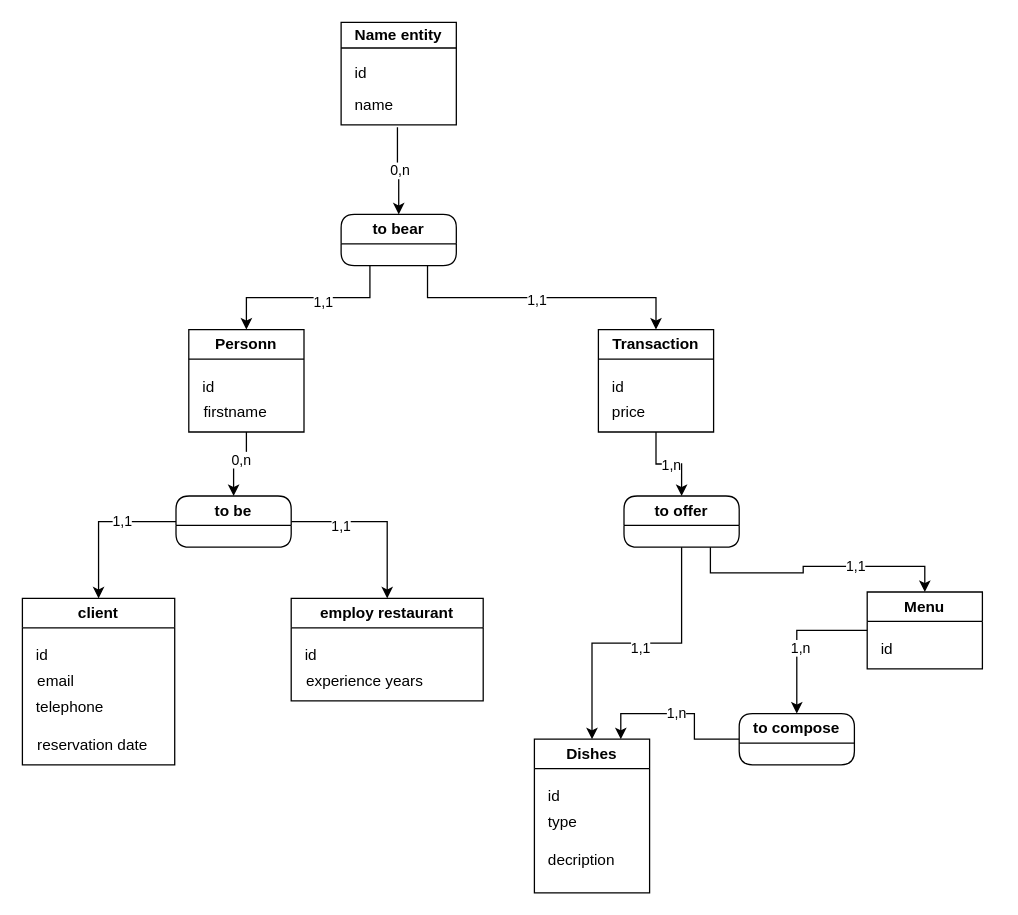
Above: test.drawio in Aloeverras/mcd_destock (draw.io), before the change. Source tidied: cells renumbered, new cells numbered last; positions are measured from the earlier drawing's top-left corner, leaving out a move shared by most shapes. Both pictures are drawn from the tidied source at 128%, with x=0, y=0 at pixel (22, 22).
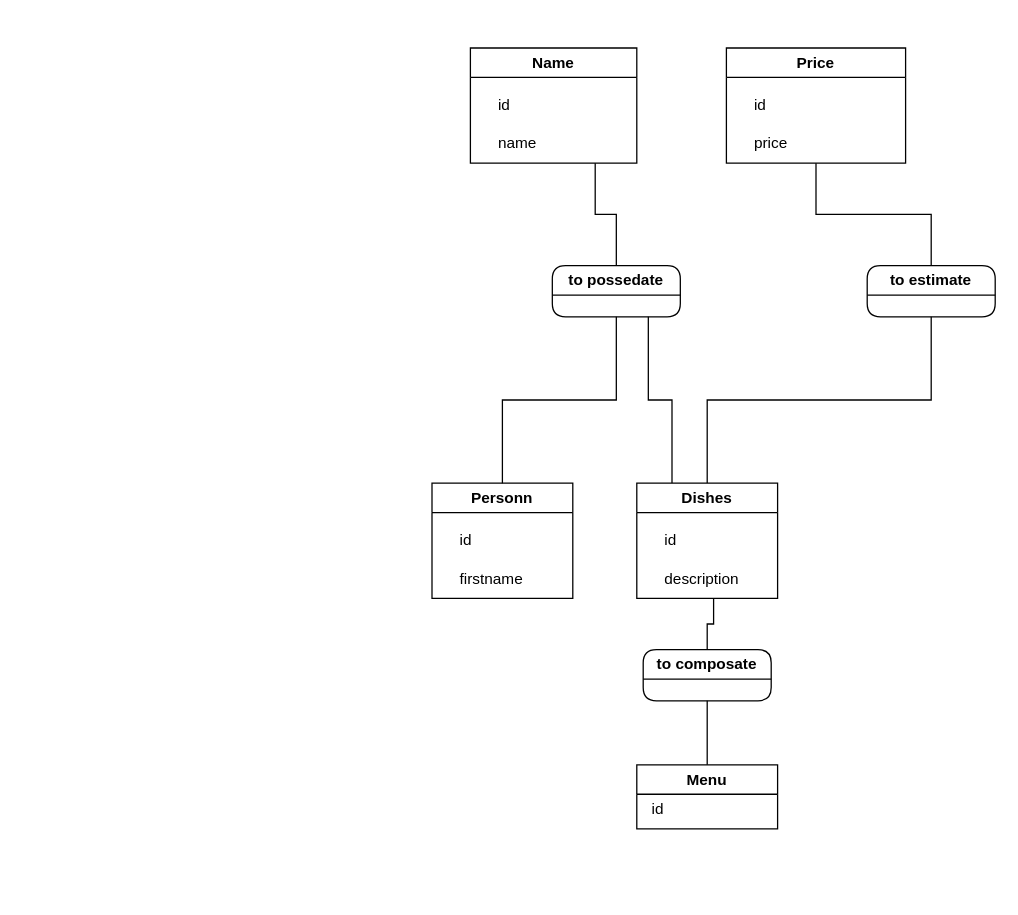
The same page after the edit.

Commit message (it also covers changes not shown here):
Mettre à jour test.drawio

What changed in the source:
```diff
@@
-    <mxCell id="2" value="Name entity" style="swimlane;whiteSpace=wrap;html=1;startSize=20;" parent="1" vertex="1">
-      <mxGeometry x="249" width="90" height="80" as="geometry" />
-    </mxCell>
-    <mxCell id="3" value="id" style="text;html=1;align=left;verticalAlign=middle;strokeColor=none;fillColor=none;" parent="2" vertex="1">
-      <mxGeometry x="9" y="25" width="30" height="30" as="geometry" />
-    </mxCell>
+    <mxCell id="51" style="edgeStyle=orthogonalEdgeStyle;rounded=0;jettySize=auto;html=1;exitX=0.75;exitY=1;exitDx=0;exitDy=0;endArrow=none;startFill=0;" parent="1" edge="1" source="52" target="57">
+      <mxGeometry relative="1" as="geometry" />
+    </mxCell>
+    <mxCell id="52" value="Name" style="swimlane;whiteSpace=wrap;html=1;" parent="1" vertex="1">
+      <mxGeometry x="350" y="20" width="130" height="90" as="geometry" />
+    </mxCell>
+    <mxCell id="53" value="id" style="text;html=1;align=left;verticalAlign=middle;strokeColor=none;fillColor=none;" parent="52" vertex="1">
+      <mxGeometry x="20" y="30" width="30" height="30" as="geometry" />
+    </mxCell>
-    <mxCell id="4" value="name" style="text;html=1;align=left;verticalAlign=middle;points=[];strokeColor=none;fillColor=none;" parent="2" vertex="1">
-      <mxGeometry x="9" y="50" width="50" height="30" as="geometry" />
+    <mxCell id="4" value="name" style="text;html=1;align=left;verticalAlign=middle;points=[];strokeColor=none;fillColor=none;" parent="52" vertex="1">
+      <mxGeometry x="20" y="60" width="50" height="30" as="geometry" />
     </mxCell>
-    <mxCell id="5" style="edgeStyle=orthogonalEdgeStyle;rounded=0;jettySize=auto;html=1;entryX=0.5;entryY=0;entryDx=0;entryDy=0;exitX=0.25;exitY=1;exitDx=0;exitDy=0;" parent="1" edge="1" source="9" target="10">
-      <mxGeometry relative="1" as="geometry" />
-    </mxCell>
-    <mxCell id="6" value="1,1" style="edgeLabel;html=1;align=center;verticalAlign=middle;" parent="5" vertex="1">
-      <mxGeometry x="-0.15" y="3" relative="1" as="geometry" />
-    </mxCell>
-    <mxCell id="7" style="edgeStyle=orthogonalEdgeStyle;rounded=0;jettySize=auto;html=1;entryX=0.5;entryY=0;entryDx=0;entryDy=0;exitX=0.75;exitY=1;exitDx=0;exitDy=0;" parent="1" edge="1" source="9" target="15">
-      <mxGeometry relative="1" as="geometry" />
-    </mxCell>
-    <mxCell id="8" value="1,1" style="edgeLabel;html=1;align=center;verticalAlign=middle;" parent="7" vertex="1">
-      <mxGeometry x="-0.05" y="-1" relative="1" as="geometry">
-        <mxPoint x="1" as="offset" />
-      </mxGeometry>
-    </mxCell>
-    <mxCell id="9" value="to bear" style="swimlane;whiteSpace=wrap;html=1;rounded=1;" parent="1" vertex="1">
-      <mxGeometry x="249" y="150" width="90" height="40" as="geometry" />
-    </mxCell>
     <mxCell id="10" value="Personn" style="swimlane;whiteSpace=wrap;html=1;" parent="1" vertex="1">
-      <mxGeometry x="130" y="240" width="90" height="80" as="geometry" />
+      <mxGeometry x="320" y="360" width="110" height="90" as="geometry" />
     </mxCell>
-    <mxCell id="11" value="id" style="text;html=1;align=left;verticalAlign=middle;strokeColor=none;fillColor=none;" parent="10" vertex="1">
-      <mxGeometry x="9" y="30" width="30" height="30" as="geometry" />
-    </mxCell>
+    <mxCell id="54" value="id" style="text;html=1;align=left;verticalAlign=middle;strokeColor=none;fillColor=none;" parent="10" vertex="1">
+      <mxGeometry x="20" y="30" width="30" height="30" as="geometry" />
+    </mxCell>
     <mxCell id="12" value="firstname" style="text;html=1;align=left;verticalAlign=middle;points=[];strokeColor=none;fillColor=none;" parent="10" vertex="1">
-      <mxGeometry x="10" y="50" width="70" height="30" as="geometry" />
+      <mxGeometry x="20" y="60" width="70" height="30" as="geometry" />
     </mxCell>
-    <mxCell id="13" style="edgeStyle=orthogonalEdgeStyle;rounded=0;jettySize=auto;html=1;entryX=0.5;entryY=0;entryDx=0;entryDy=0;" parent="1" edge="1" source="15" target="47">
-      <mxGeometry relative="1" as="geometry" />
-    </mxCell>
-    <mxCell id="14" value="1,n" style="edgeLabel;html=1;align=center;verticalAlign=middle;" parent="13" vertex="1">
-      <mxGeometry x="0.03" relative="1" as="geometry" />
-    </mxCell>
-    <mxCell id="15" value="Transaction" style="swimlane;whiteSpace=wrap;html=1;startSize=23;" parent="1" vertex="1">
-      <mxGeometry x="450" y="240" width="90" height="80" as="geometry" />
-    </mxCell>
-    <mxCell id="16" value="id" style="text;html=1;align=left;verticalAlign=middle;strokeColor=none;fillColor=none;" parent="15" vertex="1">
-      <mxGeometry x="9" y="30" width="30" height="30" as="geometry" />
-    </mxCell>
+    <mxCell id="55" style="edgeStyle=orthogonalEdgeStyle;rounded=0;jettySize=auto;html=1;exitX=0.5;exitY=1;exitDx=0;exitDy=0;entryX=0.5;entryY=0;entryDx=0;entryDy=0;endArrow=none;startFill=0;" parent="1" edge="1" source="57" target="10">
+      <mxGeometry relative="1" as="geometry" />
+    </mxCell>
+    <mxCell id="56" style="edgeStyle=orthogonalEdgeStyle;rounded=0;jettySize=auto;html=1;exitX=0.75;exitY=1;exitDx=0;exitDy=0;entryX=0.25;entryY=0;entryDx=0;entryDy=0;endArrow=none;startFill=0;" parent="1" edge="1" source="57" target="35">
+      <mxGeometry relative="1" as="geometry" />
+    </mxCell>
+    <mxCell id="57" value="to possedate" style="swimlane;whiteSpace=wrap;html=1;rounded=1;" parent="1" vertex="1">
+      <mxGeometry x="414" y="190" width="100" height="40" as="geometry" />
+    </mxCell>
+    <mxCell id="58" style="edgeStyle=orthogonalEdgeStyle;rounded=0;jettySize=auto;html=1;exitX=0.5;exitY=1;exitDx=0;exitDy=0;entryX=0.5;entryY=0;entryDx=0;entryDy=0;endArrow=none;startFill=0;" parent="1" edge="1" source="59" target="62">
+      <mxGeometry relative="1" as="geometry" />
+    </mxCell>
+    <mxCell id="59" value="Price" style="swimlane;whiteSpace=wrap;html=1;" parent="1" vertex="1">
+      <mxGeometry x="550" y="20" width="140" height="90" as="geometry" />
+    </mxCell>
+    <mxCell id="60" value="id" style="text;html=1;align=left;verticalAlign=middle;strokeColor=none;fillColor=none;" parent="59" vertex="1">
+      <mxGeometry x="20" y="30" width="30" height="30" as="geometry" />
+    </mxCell>
-    <mxCell id="17" value="price" style="text;html=1;align=left;verticalAlign=middle;strokeColor=none;fillColor=none;" parent="15" vertex="1">
-      <mxGeometry x="9" y="50" width="50" height="30" as="geometry" />
+    <mxCell id="17" value="price" style="text;html=1;align=left;verticalAlign=middle;strokeColor=none;fillColor=none;" parent="59" vertex="1">
+      <mxGeometry x="20" y="60" width="50" height="30" as="geometry" />
     </mxCell>
-    <mxCell id="18" style="edgeStyle=orthogonalEdgeStyle;rounded=0;jettySize=auto;html=1;exitX=0.7;exitY=1.067;exitDx=0;exitDy=0;exitPerimeter=0;" parent="1" edge="1" source="4" target="9">
-      <mxGeometry relative="1" as="geometry" />
-    </mxCell>
-    <mxCell id="19" value="0,n" style="edgeLabel;html=1;align=center;verticalAlign=middle;" parent="18" vertex="1">
-      <mxGeometry x="0.01" y="-1" relative="1" as="geometry">
-        <mxPoint x="1" y="-1" as="offset" />
-      </mxGeometry>
-    </mxCell>
-    <mxCell id="20" style="edgeStyle=orthogonalEdgeStyle;rounded=0;jettySize=auto;html=1;" parent="1" edge="1" source="24" target="27">
-      <mxGeometry relative="1" as="geometry" />
-    </mxCell>
-    <mxCell id="21" value="1,1" style="edgeLabel;html=1;align=center;verticalAlign=middle;" parent="20" vertex="1">
-      <mxGeometry x="-0.29" y="-1" relative="1" as="geometry" />
-    </mxCell>
-    <mxCell id="22" style="edgeStyle=orthogonalEdgeStyle;rounded=0;jettySize=auto;html=1;exitX=1;exitY=0.5;exitDx=0;exitDy=0;" parent="1" edge="1" source="24" target="32">
-      <mxGeometry relative="1" as="geometry" />
-    </mxCell>
-    <mxCell id="23" value="1,1" style="edgeLabel;html=1;align=center;verticalAlign=middle;" parent="22" vertex="1">
-      <mxGeometry x="-0.44" y="-3" relative="1" as="geometry" />
-    </mxCell>
-    <mxCell id="24" value="to be" style="swimlane;whiteSpace=wrap;html=1;rounded=1;" parent="1" vertex="1">
-      <mxGeometry x="120" y="370" width="90" height="40" as="geometry" />
-    </mxCell>
-    <mxCell id="25" style="edgeStyle=orthogonalEdgeStyle;rounded=0;jettySize=auto;html=1;" parent="1" edge="1" source="12" target="24">
-      <mxGeometry relative="1" as="geometry" />
-    </mxCell>
-    <mxCell id="26" value="0,n" style="edgeLabel;html=1;align=center;verticalAlign=middle;" parent="25" vertex="1">
-      <mxGeometry y="-4" relative="1" as="geometry" />
-    </mxCell>
-    <mxCell id="27" value="client" style="swimlane;whiteSpace=wrap;html=1;" parent="1" vertex="1">
-      <mxGeometry y="450" width="119" height="130" as="geometry" />
-    </mxCell>
-    <mxCell id="28" value="id" style="text;html=1;align=left;verticalAlign=middle;strokeColor=none;fillColor=none;" parent="27" vertex="1">
-      <mxGeometry x="9" y="30" width="30" height="30" as="geometry" />
-    </mxCell>
-    <mxCell id="29" value="email" style="text;html=1;align=left;verticalAlign=middle;strokeColor=none;fillColor=none;" parent="27" vertex="1">
-      <mxGeometry x="10" y="50" width="50" height="30" as="geometry" />
-    </mxCell>
-    <mxCell id="30" value="telephone" style="text;html=1;align=left;verticalAlign=middle;strokeColor=none;fillColor=none;" parent="27" vertex="1">
-      <mxGeometry x="9" y="70" width="80" height="30" as="geometry" />
-    </mxCell>
-    <mxCell id="31" value="reservation date" style="text;html=1;align=left;verticalAlign=middle;strokeColor=none;fillColor=none;" parent="27" vertex="1">
-      <mxGeometry x="10" y="100" width="110" height="30" as="geometry" />
-    </mxCell>
-    <mxCell id="32" value="employ restaurant" style="swimlane;whiteSpace=wrap;html=1;" parent="1" vertex="1">
-      <mxGeometry x="210" y="450" width="150" height="80" as="geometry" />
-    </mxCell>
-    <mxCell id="33" value="id" style="text;html=1;align=left;verticalAlign=middle;strokeColor=none;fillColor=none;" parent="32" vertex="1">
-      <mxGeometry x="9" y="30" width="30" height="30" as="geometry" />
-    </mxCell>
-    <mxCell id="34" value="experience years" style="text;html=1;align=left;verticalAlign=middle;strokeColor=none;fillColor=none;" parent="32" vertex="1">
-      <mxGeometry x="10" y="50" width="110" height="30" as="geometry" />
-    </mxCell>
+    <mxCell id="61" style="edgeStyle=orthogonalEdgeStyle;rounded=0;jettySize=auto;html=1;exitX=0.5;exitY=1;exitDx=0;exitDy=0;endArrow=none;startFill=0;" parent="1" edge="1" source="62" target="35">
+      <mxGeometry relative="1" as="geometry" />
+    </mxCell>
+    <mxCell id="62" value="to estimate" style="swimlane;whiteSpace=wrap;html=1;rounded=1;" parent="1" vertex="1">
+      <mxGeometry x="660" y="190" width="100" height="40" as="geometry" />
+    </mxCell>
-    <mxCell id="35" value="Dishes" style="swimlane;whiteSpace=wrap;html=1;startSize=23;" parent="1" vertex="1">
-      <mxGeometry x="400" y="560" width="90" height="120" as="geometry" />
+    <mxCell id="35" value="Dishes" style="swimlane;whiteSpace=wrap;html=1;" parent="1" vertex="1">
+      <mxGeometry x="480" y="360" width="110" height="90" as="geometry" />
     </mxCell>
-    <mxCell id="36" value="id" style="text;html=1;align=left;verticalAlign=middle;strokeColor=none;fillColor=none;" parent="35" vertex="1">
-      <mxGeometry x="9" y="30" width="30" height="30" as="geometry" />
-    </mxCell>
-    <mxCell id="37" value="type" style="text;html=1;align=left;verticalAlign=middle;strokeColor=none;fillColor=none;" parent="35" vertex="1">
-      <mxGeometry x="9" y="50" width="50" height="30" as="geometry" />
-    </mxCell>
-    <mxCell id="38" value="decription" style="text;html=1;align=left;verticalAlign=middle;strokeColor=none;fillColor=none;" parent="35" vertex="1">
-      <mxGeometry x="9" y="80" width="80" height="30" as="geometry" />
-    </mxCell>
-    <mxCell id="39" style="edgeStyle=orthogonalEdgeStyle;rounded=0;jettySize=auto;html=1;entryX=0.5;entryY=0;entryDx=0;entryDy=0;" parent="1" edge="1" source="41" target="50">
-      <mxGeometry relative="1" as="geometry" />
-    </mxCell>
-    <mxCell id="40" value="1,n" style="edgeLabel;html=1;align=center;verticalAlign=middle;" parent="39" vertex="1">
-      <mxGeometry x="0.14" y="2" relative="1" as="geometry" />
-    </mxCell>
+    <mxCell id="63" value="id" style="text;html=1;align=left;verticalAlign=middle;strokeColor=none;fillColor=none;" parent="35" vertex="1">
+      <mxGeometry x="20" y="30" width="30" height="30" as="geometry" />
+    </mxCell>
+    <mxCell id="64" value="description" style="text;html=1;align=left;verticalAlign=middle;points=[];strokeColor=none;fillColor=none;" parent="35" vertex="1">
+      <mxGeometry x="20" y="60" width="80" height="30" as="geometry" />
+    </mxCell>
-    <mxCell id="41" value="Menu" style="swimlane;whiteSpace=wrap;html=1;startSize=23;" parent="1" vertex="1">
-      <mxGeometry x="660" y="445" width="90" height="60" as="geometry" />
+    <mxCell id="41" value="Menu" style="swimlane;whiteSpace=wrap;html=1;" parent="1" vertex="1">
+      <mxGeometry x="480" y="580" width="110" height="50" as="geometry" />
     </mxCell>
-    <mxCell id="42" value="id" style="text;html=1;align=left;verticalAlign=middle;strokeColor=none;fillColor=none;" parent="41" vertex="1">
-      <mxGeometry x="9" y="30" width="30" height="30" as="geometry" />
-    </mxCell>
-    <mxCell id="43" style="edgeStyle=orthogonalEdgeStyle;rounded=0;jettySize=auto;html=1;entryX=0.5;entryY=0;entryDx=0;entryDy=0;" parent="1" edge="1" source="47" target="35">
-      <mxGeometry relative="1" as="geometry" />
-    </mxCell>
-    <mxCell id="44" value="1,1" style="edgeLabel;html=1;align=center;verticalAlign=middle;" parent="43" vertex="1">
-      <mxGeometry x="-0.02" y="3" relative="1" as="geometry" />
-    </mxCell>
-    <mxCell id="45" style="edgeStyle=orthogonalEdgeStyle;rounded=0;jettySize=auto;html=1;exitX=0.75;exitY=1;exitDx=0;exitDy=0;entryX=0.5;entryY=0;entryDx=0;entryDy=0;" parent="1" edge="1" source="47" target="41">
-      <mxGeometry relative="1" as="geometry" />
-    </mxCell>
-    <mxCell id="46" value="1,1" style="edgeLabel;html=1;align=center;verticalAlign=middle;" parent="45" vertex="1">
-      <mxGeometry x="0.3" y="1" relative="1" as="geometry" />
-    </mxCell>
-    <mxCell id="47" value="to offer" style="swimlane;whiteSpace=wrap;html=1;rounded=1;" parent="1" vertex="1">
-      <mxGeometry x="470" y="370" width="90" height="40" as="geometry" />
-    </mxCell>
-    <mxCell id="48" style="edgeStyle=orthogonalEdgeStyle;rounded=0;jettySize=auto;html=1;entryX=0.75;entryY=0;entryDx=0;entryDy=0;" parent="1" edge="1" source="50" target="35">
-      <mxGeometry relative="1" as="geometry" />
-    </mxCell>
-    <mxCell id="49" value="1,n" style="edgeLabel;html=1;align=center;verticalAlign=middle;" parent="48" vertex="1">
-      <mxGeometry x="0.06" y="-1" relative="1" as="geometry" />
-    </mxCell>
-    <mxCell id="50" value="to compose" style="swimlane;whiteSpace=wrap;html=1;rounded=1;" parent="1" vertex="1">
-      <mxGeometry x="560" y="540" width="90" height="40" as="geometry" />
-    </mxCell>
+    <mxCell id="65" value="id" style="text;html=1;align=left;verticalAlign=middle;strokeColor=none;fillColor=none;" parent="41" vertex="1">
+      <mxGeometry x="10" y="20" width="30" height="30" as="geometry" />
+    </mxCell>
+    <mxCell id="66" style="edgeStyle=orthogonalEdgeStyle;rounded=0;jettySize=auto;html=1;exitX=0.5;exitY=1;exitDx=0;exitDy=0;entryX=0.5;entryY=0;entryDx=0;entryDy=0;endArrow=none;startFill=0;" parent="1" edge="1" source="67" target="41">
+      <mxGeometry relative="1" as="geometry" />
+    </mxCell>
+    <mxCell id="67" value="to composate" style="swimlane;whiteSpace=wrap;html=1;rounded=1;" parent="1" vertex="1">
+      <mxGeometry x="485" y="490" width="100" height="40" as="geometry" />
+    </mxCell>
+    <mxCell id="68" style="edgeStyle=orthogonalEdgeStyle;rounded=0;jettySize=auto;html=1;entryX=0.5;entryY=0;entryDx=0;entryDy=0;endArrow=none;startFill=0;" parent="1" edge="1" source="64" target="67">
+      <mxGeometry relative="1" as="geometry" />
+    </mxCell>
```
